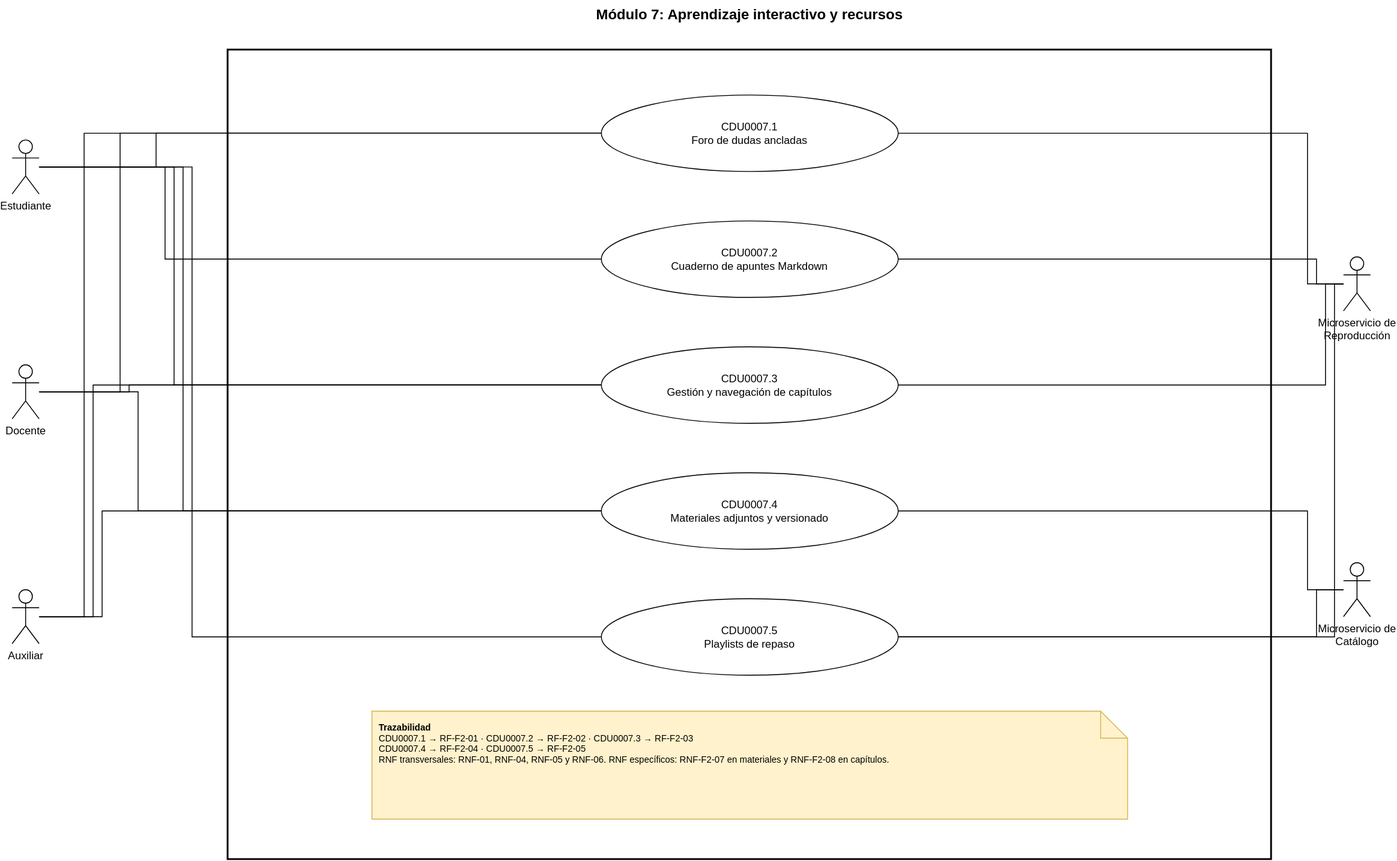
Above: Documentacion/CDU/CDU_Expandido_M7_202307691.drawio.svg in thanya-gate/SA_PROYECTO_202307691 (draw.io), before the change. Source tidied: cells renumbered, new cells last; positions are measured from the earlier drawing's top-left corner, leaving out a move shared by most shapes.
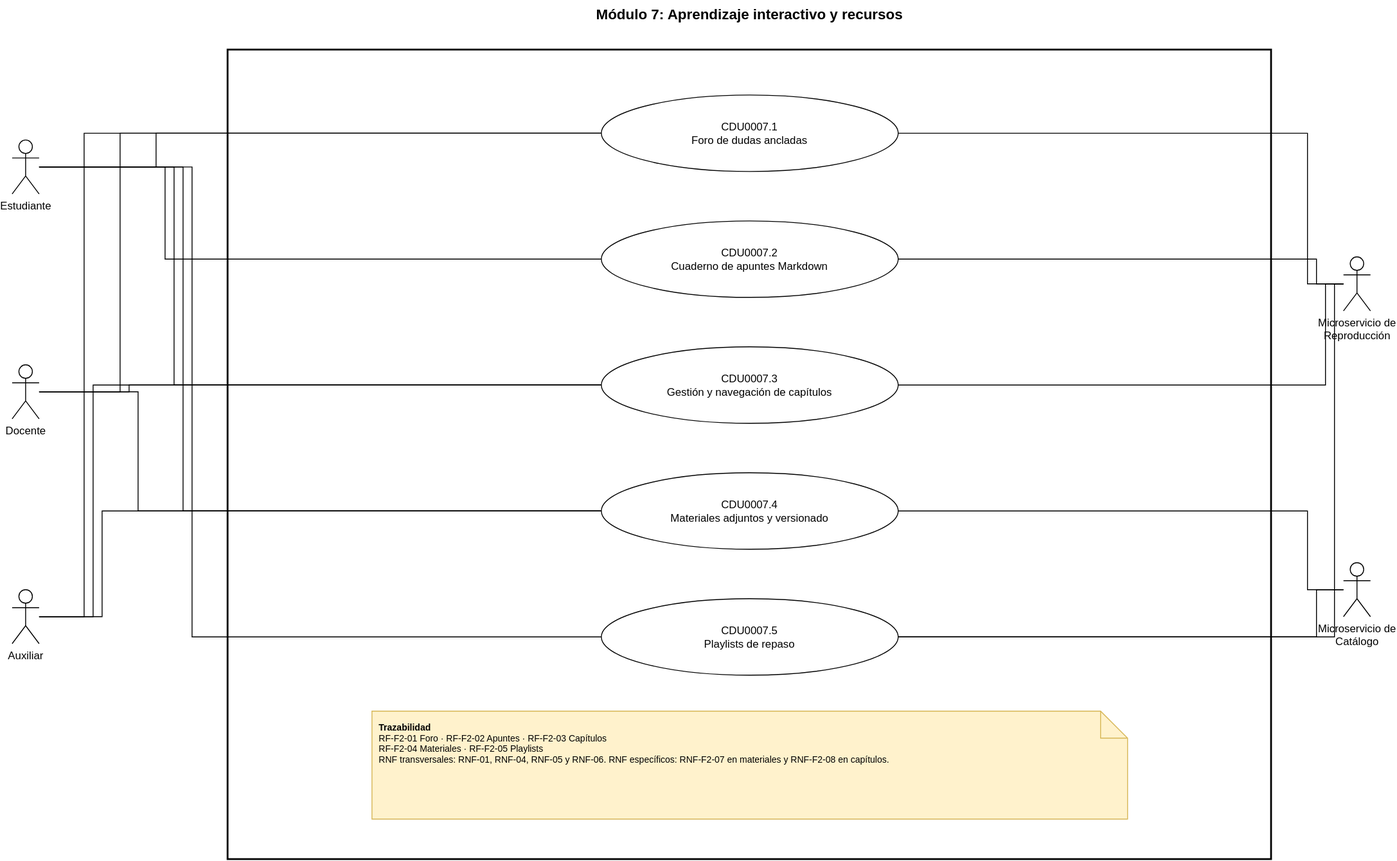
The same file after the commit.

Change to the diagram source:
```diff
@@ -38,7 +38,7 @@
     <mxCell id="13" value="&lt;div&gt;CDU0007.5&lt;/div&gt;&lt;div&gt;Playlists de repaso&lt;/div&gt;" style="ellipse;whiteSpace=wrap;html=1;" parent="1" vertex="1">
       <mxGeometry x="655" y="665" width="330" height="85" as="geometry" />
     </mxCell>
-    <mxCell id="14" value="&lt;b&gt;Trazabilidad&lt;/b&gt;&lt;br&gt;CDU0007.1 → RF-F2-01 · CDU0007.2 → RF-F2-02 · CDU0007.3 → RF-F2-03&lt;br&gt;CDU0007.4 → RF-F2-04 · CDU0007.5 → RF-F2-05&lt;br&gt;RNF transversales: RNF-01, RNF-04, RNF-05 y RNF-06. RNF específicos: RNF-F2-07 en materiales y RNF-F2-08 en capítulos." style="shape=note;whiteSpace=wrap;html=1;fillColor=#fff2cc;strokeColor=#d6b656;align=left;verticalAlign=top;spacing=8;fontSize=10;" parent="1" vertex="1">
+    <mxCell id="14" value="&lt;b&gt;Trazabilidad&lt;/b&gt;&lt;br&gt;RF-F2-01 Foro · RF-F2-02 Apuntes · RF-F2-03 Capítulos&lt;br&gt;RF-F2-04 Materiales · RF-F2-05 Playlists&lt;br&gt;RNF transversales: RNF-01, RNF-04, RNF-05 y RNF-06. RNF específicos: RNF-F2-07 en materiales y RNF-F2-08 en capítulos." style="shape=note;whiteSpace=wrap;html=1;fillColor=#fff2cc;strokeColor=#d6b656;align=left;verticalAlign=top;spacing=8;fontSize=10;" parent="1" vertex="1">
       <mxGeometry x="400" y="790" width="840" height="120" as="geometry" />
     </mxCell>
     <mxCell id="15" style="edgeStyle=orthogonalEdgeStyle;rounded=0;jettySize=auto;html=1;endArrow=none;exitX=1;exitY=0.5;entryX=0;entryY=0.5;" parent="1" edge="1" source="4" target="9">
```
